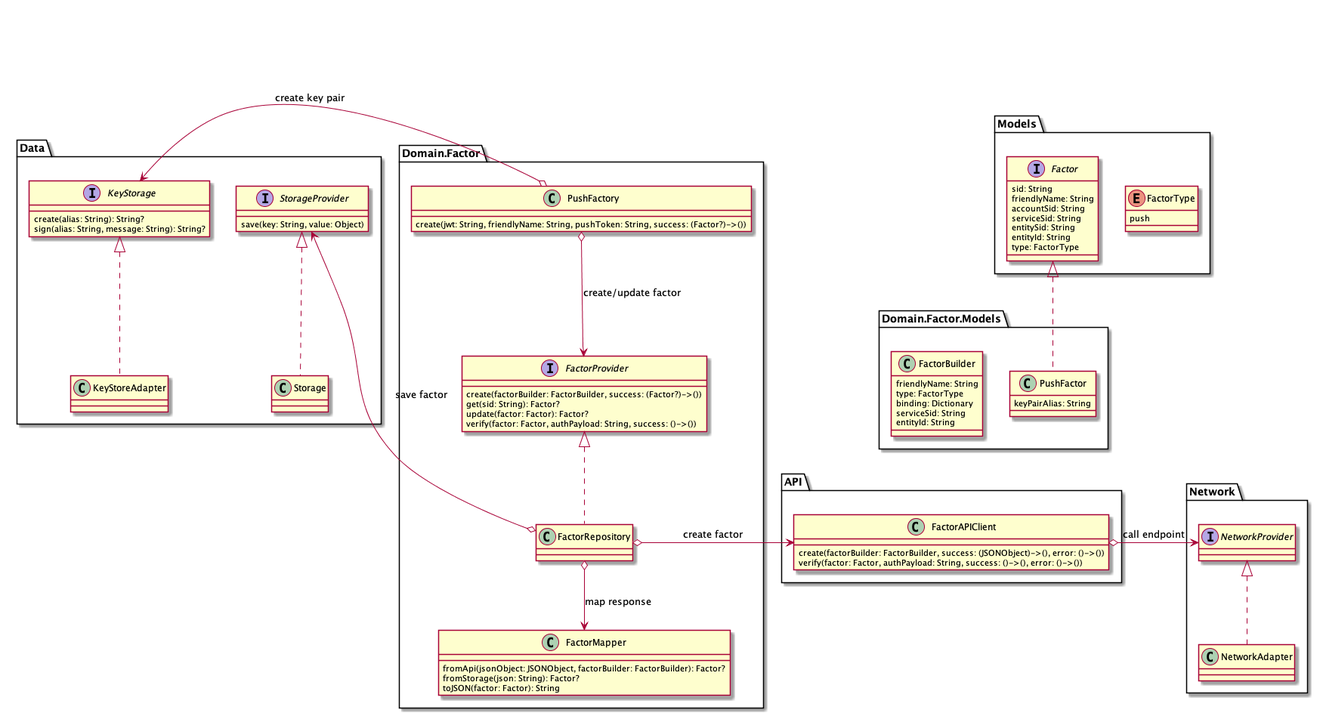
This is diagrams/CreatePushFactor/Create push factor.png from twilio/twilio-verify-android, a PlantUML export, as it was before one commit.
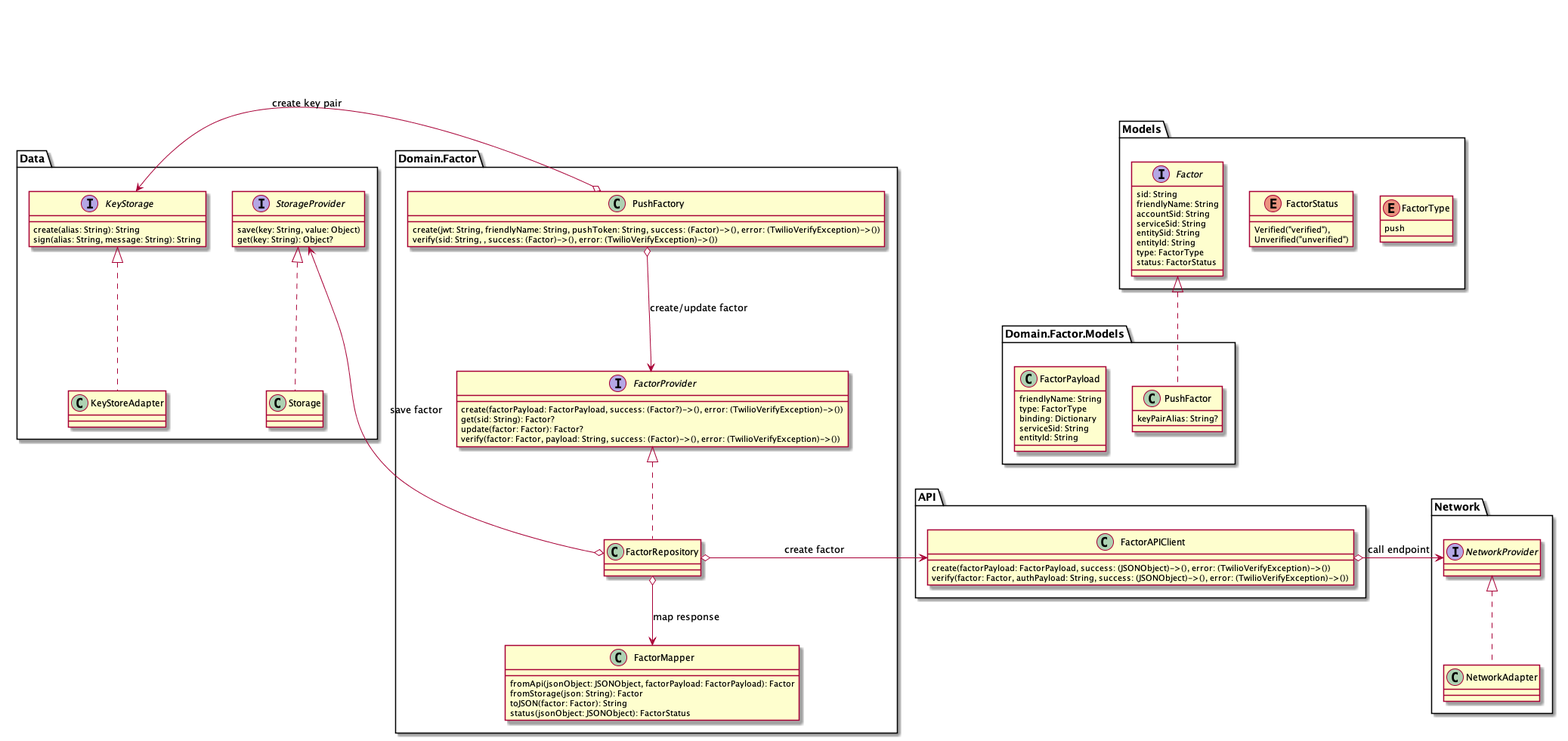
After the commit.

Change to the diagram source:
```diff
@@ -1,6 +1,10 @@
 @startuml Create push factor
 enum Models.FactorType {
     push
+}
+enum Models.FactorStatus {
+    Verified("verified"),
+    Unverified("unverified")
 }
 interface Models.Factor {
     sid: String
@@ -10,11 +14,12 @@
     entitySid: String
     entityId: String
     type: FactorType
+    status: FactorStatus
 }
 class Domain.Factor.Models.PushFactor implements Models.Factor {
-    keyPairAlias: String
+    keyPairAlias: String?
 }
-class Domain.Factor.Models.FactorBuilder {
+class Domain.Factor.Models.FactorPayload {
     friendlyName: String
     type: FactorType
     binding: Dictionary
@@ -22,41 +27,44 @@
     entityId: String
 }
 class Domain.Factor.FactorMapper {
-    fromApi(jsonObject: JSONObject, factorBuilder: FactorBuilder): Factor?
-    fromStorage(json: String): Factor?
+    fromApi(jsonObject: JSONObject, factorPayload: FactorPayload): Factor
+    fromStorage(json: String): Factor
     toJSON(factor: Factor): String
+    status(jsonObject: JSONObject): FactorStatus
 }
 class API.FactorAPIClient {
-    create(factorBuilder: FactorBuilder, success: (JSONObject)->(), error: ()->())
-    verify(factor: Factor, authPayload: String, success: ()->(), error: ()->())
+    create(factorPayload: FactorPayload, success: (JSONObject)->(), error: (TwilioVerifyException)->())
+    verify(factor: Factor, authPayload: String, success: (JSONObject)->(), error: (TwilioVerifyException)->())
 }
 class Network.NetworkAdapter implements Network.NetworkProvider {
 
 }
 interface Data.StorageProvider {
     save(key: String, value: Object)
+    get(key: String): Object?
 }
 class Data.Storage implements Data.StorageProvider {
 
 }
 interface Data.KeyStorage {
-    create(alias: String): String?
-    sign(alias: String, message: String): String?
+    create(alias: String): String
+    sign(alias: String, message: String): String
 }
 class Data.KeyStoreAdapter implements Data.KeyStorage {
 
 }
 interface Domain.Factor.FactorProvider {
-    create(factorBuilder: FactorBuilder, success: (Factor?)->())
+    create(factorPayload: FactorPayload, success: (Factor?)->(), error: (TwilioVerifyException)->())
     get(sid: String): Factor?
     update(factor: Factor): Factor?
-    verify(factor: Factor, authPayload: String, success: ()->())
+    verify(factor: Factor, payload: String, success: (Factor)->(), error: (TwilioVerifyException)->())
 }
 class Domain.Factor.FactorRepository implements Domain.Factor.FactorProvider {
 
 }
 class Domain.Factor.PushFactory {
-    create(jwt: String, friendlyName: String, pushToken: String, success: (Factor?)->())
+    create(jwt: String, friendlyName: String, pushToken: String, success: (Factor)->(), error: (TwilioVerifyException)->())
+    verify(sid: String, , success: (Factor)->(), error: (TwilioVerifyException)->())
 }
 Domain.Factor.PushFactory o-left-> Data.KeyStorage: create key pair
 Domain.Factor.PushFactory o--> Domain.Factor.FactorProvider: create/update factor
```
